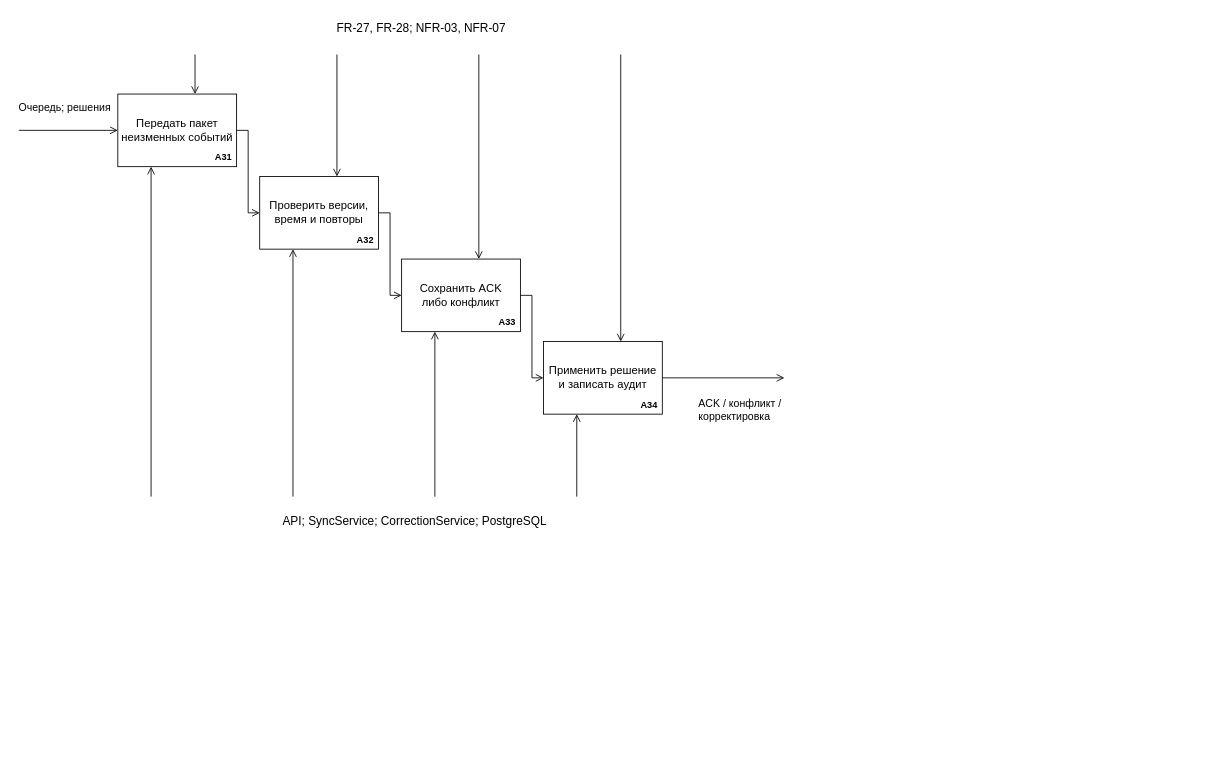
idkwhyiamsogood/attendify keeps this draw.io diagram as docs/diagrams/technical-project/04-sync.drawio. Above is the earlier version. Source tidied: cells renumbered, new cells numbered last; positions are measured from the earlier drawing's top-left corner, leaving out a move shared by most shapes. Both pictures are drawn from the tidied source at 66%, with x=0, y=0 at pixel (18, 11).
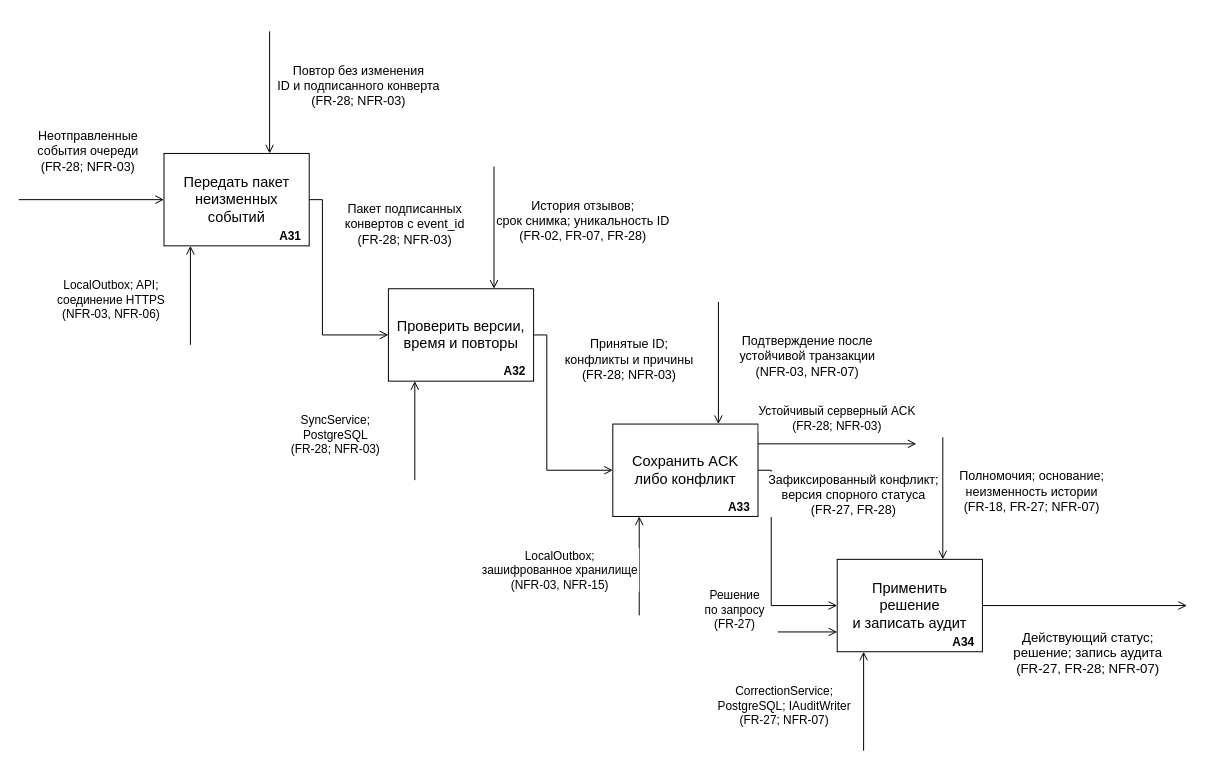
After the change.

What changed in the source:
```diff
@@
-    <mxCell id="2" value="Передать пакет&#10;неизменных событий" style="whiteSpace=wrap;html=0;fontFamily=Arial;fontSize=17;fontColor=#000000;strokeColor=#000000;fillColor=#ffffff;strokeWidth=1.3;spacing=5;" parent="1" vertex="1">
-      <mxGeometry x="150" y="125" width="180" height="110" as="geometry" />
+    <mxCell id="2" value="Передать пакет&#10;неизменных событий" style="whiteSpace=wrap;html=0;fontFamily=Arial;fontSize=22;fontColor=#000000;strokeColor=#000000;fillColor=#ffffff;strokeWidth=1.5;spacing=10;" parent="1" vertex="1">
+      <mxGeometry x="220" y="215" width="220" height="140" as="geometry" />
     </mxCell>
-    <mxCell id="3" value="A31" style="whiteSpace=wrap;html=0;fontFamily=Arial;fontSize=14;fontColor=#000000;strokeColor=#000000;fillColor=#ffffff;strokeWidth=1.3;spacing=5;text;strokeColor=none;fillColor=none;align=right;verticalAlign=middle;spacing=0;fontStyle=1;" parent="1" vertex="1">
-      <mxGeometry x="285" y="211" width="38" height="19" as="geometry" />
+    <mxCell id="3" value="A31" style="text;html=0;align=right;verticalAlign=middle;fontFamily=Arial;fontSize=18;fontStyle=1;strokeColor=none;fillColor=none;fontColor=#000000;" parent="1" vertex="1">
+      <mxGeometry x="385" y="327" width="45" height="23" as="geometry" />
     </mxCell>
-    <mxCell id="4" style="html=0;fontFamily=Arial;fontSize=16;strokeColor=#000000;strokeWidth=1.3;fontColor=#000000;endArrow=open;endSize=9;startArrow=none;rounded=0;noEdgeStyle=1;labelBackgroundColor=#ffffff;" parent="1" edge="1">
-      <mxGeometry relative="1" as="geometry">
-        <mxPoint x="267" y="65" as="sourcePoint" />
-        <mxPoint x="267" y="125" as="targetPoint" />
-      </mxGeometry>
-    </mxCell>
-    <mxCell id="5" style="html=0;fontFamily=Arial;fontSize=16;strokeColor=#000000;strokeWidth=1.3;fontColor=#000000;endArrow=open;endSize=9;startArrow=none;rounded=0;noEdgeStyle=1;labelBackgroundColor=#ffffff;" parent="1" edge="1">
-      <mxGeometry relative="1" as="geometry">
-        <mxPoint x="200.4" y="735" as="sourcePoint" />
-        <mxPoint x="200.4" y="235" as="targetPoint" />
-      </mxGeometry>
-    </mxCell>
+    <mxCell id="27" value="Повтор без изменения&#10;ID и подписанного конверта&#10;(FR-28; NFR-03)" style="html=0;fontFamily=Arial;fontSize=19;fontColor=#000000;strokeColor=#000000;strokeWidth=1.5;endArrow=open;endSize=10;startArrow=none;rounded=0;noEdgeStyle=1;labelBackgroundColor=#ffffff;labelWidth=235;align=center;verticalAlign=middle;spacing=2;" parent="1" edge="1">
+      <mxGeometry relative="1" as="geometry">
+        <mxPoint x="380" y="30" as="sourcePoint" />
+        <mxPoint x="380" y="215" as="targetPoint" />
+        <mxPoint x="135" y="-12.5" as="offset" />
+      </mxGeometry>
+    </mxCell>
+    <mxCell id="28" value="LocalOutbox; API;&#10;соединение HTTPS&#10;(NFR-03, NFR-06)" style="html=0;fontFamily=Arial;fontSize=18;fontColor=#000000;strokeColor=#000000;strokeWidth=1.5;endArrow=open;endSize=10;startArrow=none;rounded=0;noEdgeStyle=1;labelBackgroundColor=#ffffff;labelWidth=225;align=center;verticalAlign=middle;spacing=2;" parent="1" edge="1">
+      <mxGeometry relative="1" as="geometry">
+        <mxPoint x="260" y="505" as="sourcePoint" />
+        <mxPoint x="260" y="355" as="targetPoint" />
+        <mxPoint x="-120" y="5" as="offset" />
+      </mxGeometry>
+    </mxCell>
-    <mxCell id="6" value="Проверить версии,&#10;время и повторы" style="whiteSpace=wrap;html=0;fontFamily=Arial;fontSize=17;fontColor=#000000;strokeColor=#000000;fillColor=#ffffff;strokeWidth=1.3;spacing=5;" parent="1" vertex="1">
-      <mxGeometry x="365" y="250" width="180" height="110" as="geometry" />
+    <mxCell id="6" value="Проверить версии,&#10;время и повторы" style="whiteSpace=wrap;html=0;fontFamily=Arial;fontSize=22;fontColor=#000000;strokeColor=#000000;fillColor=#ffffff;strokeWidth=1.5;spacing=10;" parent="1" vertex="1">
+      <mxGeometry x="560" y="420" width="220" height="140" as="geometry" />
     </mxCell>
-    <mxCell id="7" value="A32" style="whiteSpace=wrap;html=0;fontFamily=Arial;fontSize=14;fontColor=#000000;strokeColor=#000000;fillColor=#ffffff;strokeWidth=1.3;spacing=5;text;strokeColor=none;fillColor=none;align=right;verticalAlign=middle;spacing=0;fontStyle=1;" parent="1" vertex="1">
-      <mxGeometry x="500" y="336" width="38" height="19" as="geometry" />
+    <mxCell id="7" value="A32" style="text;html=0;align=right;verticalAlign=middle;fontFamily=Arial;fontSize=18;fontStyle=1;strokeColor=none;fillColor=none;fontColor=#000000;" parent="1" vertex="1">
+      <mxGeometry x="725" y="532" width="45" height="23" as="geometry" />
     </mxCell>
-    <mxCell id="8" style="html=0;fontFamily=Arial;fontSize=16;strokeColor=#000000;strokeWidth=1.3;fontColor=#000000;endArrow=open;endSize=9;startArrow=none;rounded=0;noEdgeStyle=1;labelBackgroundColor=#ffffff;" parent="1" edge="1">
-      <mxGeometry relative="1" as="geometry">
-        <mxPoint x="482" y="65" as="sourcePoint" />
-        <mxPoint x="482" y="250" as="targetPoint" />
-      </mxGeometry>
-    </mxCell>
-    <mxCell id="9" style="html=0;fontFamily=Arial;fontSize=16;strokeColor=#000000;strokeWidth=1.3;fontColor=#000000;endArrow=open;endSize=9;startArrow=none;rounded=0;noEdgeStyle=1;labelBackgroundColor=#ffffff;" parent="1" edge="1">
-      <mxGeometry relative="1" as="geometry">
-        <mxPoint x="415.4" y="735" as="sourcePoint" />
-        <mxPoint x="415.4" y="360" as="targetPoint" />
-      </mxGeometry>
-    </mxCell>
+    <mxCell id="29" value="История отзывов;&#10;срок снимка; уникальность ID&#10;(FR-02, FR-07, FR-28)" style="html=0;fontFamily=Arial;fontSize=19;fontColor=#000000;strokeColor=#000000;strokeWidth=1.5;endArrow=open;endSize=10;startArrow=none;rounded=0;noEdgeStyle=1;labelBackgroundColor=#ffffff;labelWidth=235;align=center;verticalAlign=middle;spacing=2;" parent="1" edge="1">
+      <mxGeometry relative="1" as="geometry">
+        <mxPoint x="720" y="235" as="sourcePoint" />
+        <mxPoint x="720" y="420" as="targetPoint" />
+        <mxPoint x="135" y="-12.5" as="offset" />
+      </mxGeometry>
+    </mxCell>
+    <mxCell id="30" value="SyncService;&#10;PostgreSQL&#10;(FR-28; NFR-03)" style="html=0;fontFamily=Arial;fontSize=18;fontColor=#000000;strokeColor=#000000;strokeWidth=1.5;endArrow=open;endSize=10;startArrow=none;rounded=0;noEdgeStyle=1;labelBackgroundColor=#ffffff;labelWidth=225;align=center;verticalAlign=middle;spacing=2;" parent="1" edge="1">
+      <mxGeometry relative="1" as="geometry">
+        <mxPoint x="600" y="710" as="sourcePoint" />
+        <mxPoint x="600" y="560" as="targetPoint" />
+        <mxPoint x="-120" y="5" as="offset" />
+      </mxGeometry>
+    </mxCell>
-    <mxCell id="10" value="Сохранить ACK&#10;либо конфликт" style="whiteSpace=wrap;html=0;fontFamily=Arial;fontSize=17;fontColor=#000000;strokeColor=#000000;fillColor=#ffffff;strokeWidth=1.3;spacing=5;" parent="1" vertex="1">
-      <mxGeometry x="580" y="375" width="180" height="110" as="geometry" />
+    <mxCell id="10" value="Сохранить ACK&#10;либо конфликт" style="whiteSpace=wrap;html=0;fontFamily=Arial;fontSize=22;fontColor=#000000;strokeColor=#000000;fillColor=#ffffff;strokeWidth=1.5;spacing=10;" parent="1" vertex="1">
+      <mxGeometry x="900" y="625" width="220" height="140" as="geometry" />
     </mxCell>
-    <mxCell id="11" value="A33" style="whiteSpace=wrap;html=0;fontFamily=Arial;fontSize=14;fontColor=#000000;strokeColor=#000000;fillColor=#ffffff;strokeWidth=1.3;spacing=5;text;strokeColor=none;fillColor=none;align=right;verticalAlign=middle;spacing=0;fontStyle=1;" parent="1" vertex="1">
-      <mxGeometry x="715" y="461" width="38" height="19" as="geometry" />
+    <mxCell id="11" value="A33" style="text;html=0;align=right;verticalAlign=middle;fontFamily=Arial;fontSize=18;fontStyle=1;strokeColor=none;fillColor=none;fontColor=#000000;" parent="1" vertex="1">
+      <mxGeometry x="1065" y="737" width="45" height="23" as="geometry" />
     </mxCell>
-    <mxCell id="12" style="html=0;fontFamily=Arial;fontSize=16;strokeColor=#000000;strokeWidth=1.3;fontColor=#000000;endArrow=open;endSize=9;startArrow=none;rounded=0;noEdgeStyle=1;labelBackgroundColor=#ffffff;" parent="1" edge="1">
-      <mxGeometry relative="1" as="geometry">
-        <mxPoint x="697" y="65" as="sourcePoint" />
-        <mxPoint x="697" y="375" as="targetPoint" />
-      </mxGeometry>
-    </mxCell>
-    <mxCell id="13" style="html=0;fontFamily=Arial;fontSize=16;strokeColor=#000000;strokeWidth=1.3;fontColor=#000000;endArrow=open;endSize=9;startArrow=none;rounded=0;noEdgeStyle=1;labelBackgroundColor=#ffffff;" parent="1" edge="1">
-      <mxGeometry relative="1" as="geometry">
-        <mxPoint x="630.4" y="735" as="sourcePoint" />
-        <mxPoint x="630.4" y="485" as="targetPoint" />
-      </mxGeometry>
-    </mxCell>
+    <mxCell id="31" value="Подтверждение после&#10;устойчивой транзакции&#10;(NFR-03, NFR-07)" style="html=0;fontFamily=Arial;fontSize=19;fontColor=#000000;strokeColor=#000000;strokeWidth=1.5;endArrow=open;endSize=10;startArrow=none;rounded=0;noEdgeStyle=1;labelBackgroundColor=#ffffff;labelWidth=235;align=center;verticalAlign=middle;spacing=2;" parent="1" edge="1">
+      <mxGeometry relative="1" as="geometry">
+        <mxPoint x="1060" y="440" as="sourcePoint" />
+        <mxPoint x="1060" y="625" as="targetPoint" />
+        <mxPoint x="135" y="-12.5" as="offset" />
+      </mxGeometry>
+    </mxCell>
+    <mxCell id="32" value="LocalOutbox;&#10;зашифрованное хранилище&#10;(NFR-03, NFR-15)" style="html=0;fontFamily=Arial;fontSize=18;fontColor=#000000;strokeColor=#000000;strokeWidth=1.5;endArrow=open;endSize=10;startArrow=none;rounded=0;noEdgeStyle=1;labelBackgroundColor=#ffffff;labelWidth=225;align=center;verticalAlign=middle;spacing=2;" parent="1" edge="1">
+      <mxGeometry relative="1" as="geometry">
+        <mxPoint x="940" y="915" as="sourcePoint" />
+        <mxPoint x="940" y="765" as="targetPoint" />
+        <mxPoint x="-120" y="5" as="offset" />
+      </mxGeometry>
+    </mxCell>
-    <mxCell id="14" value="Применить решение&#10;и записать аудит" style="whiteSpace=wrap;html=0;fontFamily=Arial;fontSize=17;fontColor=#000000;strokeColor=#000000;fillColor=#ffffff;strokeWidth=1.3;spacing=5;" parent="1" vertex="1">
-      <mxGeometry x="795" y="500" width="180" height="110" as="geometry" />
+    <mxCell id="14" value="Применить решение&#10;и записать аудит" style="whiteSpace=wrap;html=0;fontFamily=Arial;fontSize=22;fontColor=#000000;strokeColor=#000000;fillColor=#ffffff;strokeWidth=1.5;spacing=10;" parent="1" vertex="1">
+      <mxGeometry x="1240" y="830" width="220" height="140" as="geometry" />
     </mxCell>
-    <mxCell id="15" value="A34" style="whiteSpace=wrap;html=0;fontFamily=Arial;fontSize=14;fontColor=#000000;strokeColor=#000000;fillColor=#ffffff;strokeWidth=1.3;spacing=5;text;strokeColor=none;fillColor=none;align=right;verticalAlign=middle;spacing=0;fontStyle=1;" parent="1" vertex="1">
-      <mxGeometry x="930" y="586" width="38" height="19" as="geometry" />
+    <mxCell id="15" value="A34" style="text;html=0;align=right;verticalAlign=middle;fontFamily=Arial;fontSize=18;fontStyle=1;strokeColor=none;fillColor=none;fontColor=#000000;" parent="1" vertex="1">
+      <mxGeometry x="1405" y="942" width="45" height="23" as="geometry" />
     </mxCell>
-    <mxCell id="16" style="html=0;fontFamily=Arial;fontSize=16;strokeColor=#000000;strokeWidth=1.3;fontColor=#000000;endArrow=open;endSize=9;startArrow=none;rounded=0;noEdgeStyle=1;labelBackgroundColor=#ffffff;" parent="1" edge="1">
-      <mxGeometry relative="1" as="geometry">
-        <mxPoint x="912" y="65" as="sourcePoint" />
-        <mxPoint x="912" y="500" as="targetPoint" />
-      </mxGeometry>
-    </mxCell>
-    <mxCell id="17" style="html=0;fontFamily=Arial;fontSize=16;strokeColor=#000000;strokeWidth=1.3;fontColor=#000000;endArrow=open;endSize=9;startArrow=none;rounded=0;noEdgeStyle=1;labelBackgroundColor=#ffffff;" parent="1" edge="1">
-      <mxGeometry relative="1" as="geometry">
-        <mxPoint x="845.4" y="735" as="sourcePoint" />
-        <mxPoint x="845.4" y="610" as="targetPoint" />
-      </mxGeometry>
-    </mxCell>
-    <mxCell id="18" value="FR-27, FR-28; NFR-03, NFR-07" style="whiteSpace=wrap;html=0;fontFamily=Arial;fontSize=18;fontColor=#000000;strokeColor=#000000;fillColor=#ffffff;strokeWidth=1.3;spacing=5;text;strokeColor=none;fillColor=none;align=center;verticalAlign=middle;spacing=0;" parent="1" vertex="1">
-      <mxGeometry x="160" width="900" height="50" as="geometry" />
-    </mxCell>
-    <mxCell id="19" value="API; SyncService; CorrectionService; PostgreSQL" style="whiteSpace=wrap;html=0;fontFamily=Arial;fontSize=18;fontColor=#000000;strokeColor=#000000;fillColor=#ffffff;strokeWidth=1.3;spacing=5;text;strokeColor=none;fillColor=none;align=center;verticalAlign=middle;spacing=0;" parent="1" vertex="1">
-      <mxGeometry x="110" y="750" width="980" height="45" as="geometry" />
-    </mxCell>
-    <mxCell id="20" style="html=0;fontFamily=Arial;fontSize=16;strokeColor=#000000;strokeWidth=1.3;fontColor=#000000;endArrow=open;endSize=9;startArrow=none;rounded=0;noEdgeStyle=1;labelBackgroundColor=#ffffff;" parent="1" edge="1">
-      <mxGeometry relative="1" as="geometry">
-        <mxPoint y="180" as="sourcePoint" />
-        <mxPoint x="150" y="180" as="targetPoint" />
-      </mxGeometry>
-    </mxCell>
-    <mxCell id="21" value="Очередь; решения" style="whiteSpace=wrap;html=0;fontFamily=Arial;fontSize=16;fontColor=#000000;strokeColor=#000000;fillColor=#ffffff;strokeWidth=1.3;spacing=5;text;strokeColor=none;fillColor=none;align=left;verticalAlign=middle;spacing=0;" parent="1" vertex="1">
-      <mxGeometry y="120" width="145" height="50" as="geometry" />
-    </mxCell>
-    <mxCell id="22" style="html=0;fontFamily=Arial;fontSize=16;strokeColor=#000000;strokeWidth=1.3;fontColor=#000000;endArrow=open;endSize=9;startArrow=none;rounded=0;noEdgeStyle=1;labelBackgroundColor=#ffffff;exitX=1;exitY=0.5;entryX=0;entryY=0.5;exitPerimeter=0;entryPerimeter=0;" parent="1" edge="1" source="2" target="6">
-      <mxGeometry relative="1" as="geometry">
-        <Array as="points">
-          <mxPoint x="347.5" y="180" />
-          <mxPoint x="347.5" y="305" />
-        </Array>
-      </mxGeometry>
-    </mxCell>
-    <mxCell id="23" style="html=0;fontFamily=Arial;fontSize=16;strokeColor=#000000;strokeWidth=1.3;fontColor=#000000;endArrow=open;endSize=9;startArrow=none;rounded=0;noEdgeStyle=1;labelBackgroundColor=#ffffff;exitX=1;exitY=0.5;entryX=0;entryY=0.5;exitPerimeter=0;entryPerimeter=0;" parent="1" edge="1" source="6" target="10">
-      <mxGeometry relative="1" as="geometry">
-        <Array as="points">
-          <mxPoint x="562.5" y="305" />
-          <mxPoint x="562.5" y="430" />
-        </Array>
-      </mxGeometry>
-    </mxCell>
-    <mxCell id="24" style="html=0;fontFamily=Arial;fontSize=16;strokeColor=#000000;strokeWidth=1.3;fontColor=#000000;endArrow=open;endSize=9;startArrow=none;rounded=0;noEdgeStyle=1;labelBackgroundColor=#ffffff;exitX=1;exitY=0.5;entryX=0;entryY=0.5;exitPerimeter=0;entryPerimeter=0;" parent="1" edge="1" source="10" target="14">
-      <mxGeometry relative="1" as="geometry">
-        <Array as="points">
-          <mxPoint x="777.5" y="430" />
-          <mxPoint x="777.5" y="555" />
-        </Array>
-      </mxGeometry>
-    </mxCell>
-    <mxCell id="25" style="html=0;fontFamily=Arial;fontSize=16;strokeColor=#000000;strokeWidth=1.3;fontColor=#000000;endArrow=open;endSize=9;startArrow=none;rounded=0;noEdgeStyle=1;labelBackgroundColor=#ffffff;" parent="1" edge="1">
-      <mxGeometry relative="1" as="geometry">
-        <mxPoint x="975" y="555" as="sourcePoint" />
-        <mxPoint x="1160" y="555" as="targetPoint" />
-      </mxGeometry>
-    </mxCell>
-    <mxCell id="26" value="ACK / конфликт /&#10;корректировка" style="whiteSpace=wrap;html=0;fontFamily=Arial;fontSize=16;fontColor=#000000;strokeColor=#000000;fillColor=#ffffff;strokeWidth=1.3;spacing=5;text;strokeColor=none;fillColor=none;align=left;verticalAlign=middle;spacing=0;" parent="1" vertex="1">
-      <mxGeometry x="1030" y="570" width="170" height="65" as="geometry" />
-    </mxCell>
+    <mxCell id="33" value="Полномочия; основание;&#10;неизменность истории&#10;(FR-18, FR-27; NFR-07)" style="html=0;fontFamily=Arial;fontSize=19;fontColor=#000000;strokeColor=#000000;strokeWidth=1.5;endArrow=open;endSize=10;startArrow=none;rounded=0;noEdgeStyle=1;labelBackgroundColor=#ffffff;labelWidth=235;align=center;verticalAlign=middle;spacing=2;" parent="1" edge="1">
+      <mxGeometry relative="1" as="geometry">
+        <mxPoint x="1400" y="645" as="sourcePoint" />
+        <mxPoint x="1400" y="830" as="targetPoint" />
+        <mxPoint x="135" y="-12.5" as="offset" />
+      </mxGeometry>
+    </mxCell>
+    <mxCell id="34" value="CorrectionService;&#10;PostgreSQL; IAuditWriter&#10;(FR-27; NFR-07)" style="html=0;fontFamily=Arial;fontSize=18;fontColor=#000000;strokeColor=#000000;strokeWidth=1.5;endArrow=open;endSize=10;startArrow=none;rounded=0;noEdgeStyle=1;labelBackgroundColor=#ffffff;labelWidth=225;align=center;verticalAlign=middle;spacing=2;" parent="1" edge="1">
+      <mxGeometry relative="1" as="geometry">
+        <mxPoint x="1280" y="1120" as="sourcePoint" />
+        <mxPoint x="1280" y="970" as="targetPoint" />
+        <mxPoint x="-120" y="5" as="offset" />
+      </mxGeometry>
+    </mxCell>
+    <mxCell id="35" value="Пакет подписанных&#10;конвертов с event_id&#10;(FR-28; NFR-03)" style="html=0;fontFamily=Arial;fontSize=19;fontColor=#000000;strokeColor=#000000;strokeWidth=1.5;endArrow=open;endSize=10;startArrow=none;rounded=0;noEdgeStyle=1;labelBackgroundColor=#ffffff;labelWidth=225;align=center;verticalAlign=middle;spacing=2;" parent="1" edge="1">
+      <mxGeometry relative="1" as="geometry">
+        <mxPoint x="440" y="285" as="sourcePoint" />
+        <mxPoint x="560" y="490" as="targetPoint" />
+        <Array as="points">
+          <mxPoint x="460" y="285" />
+          <mxPoint x="460" y="490" />
+        </Array>
+        <mxPoint x="125" y="-107.5" as="offset" />
+      </mxGeometry>
+    </mxCell>
+    <mxCell id="36" value="Принятые ID;&#10;конфликты и причины&#10;(FR-28; NFR-03)" style="html=0;fontFamily=Arial;fontSize=19;fontColor=#000000;strokeColor=#000000;strokeWidth=1.5;endArrow=open;endSize=10;startArrow=none;rounded=0;noEdgeStyle=1;labelBackgroundColor=#ffffff;labelWidth=225;align=center;verticalAlign=middle;spacing=2;" parent="1" edge="1">
+      <mxGeometry relative="1" as="geometry">
+        <mxPoint x="780" y="490" as="sourcePoint" />
+        <mxPoint x="900" y="695" as="targetPoint" />
+        <Array as="points">
+          <mxPoint x="800" y="490" />
+          <mxPoint x="800" y="695" />
+        </Array>
+        <mxPoint x="125" y="-107.5" as="offset" />
+      </mxGeometry>
+    </mxCell>
+    <mxCell id="37" value="Зафиксированный конфликт;&#10;версия спорного статуса&#10;(FR-27, FR-28)" style="html=0;fontFamily=Arial;fontSize=19;fontColor=#000000;strokeColor=#000000;strokeWidth=1.5;endArrow=open;endSize=10;startArrow=none;rounded=0;noEdgeStyle=1;labelBackgroundColor=#ffffff;labelWidth=225;align=center;verticalAlign=middle;spacing=2;" parent="1" edge="1">
+      <mxGeometry relative="1" as="geometry">
+        <mxPoint x="1120" y="695" as="sourcePoint" />
+        <mxPoint x="1240" y="900" as="targetPoint" />
+        <Array as="points">
+          <mxPoint x="1140" y="695" />
+          <mxPoint x="1140" y="900" />
+        </Array>
+        <mxPoint x="125" y="-107.5" as="offset" />
+      </mxGeometry>
+    </mxCell>
+    <mxCell id="38" value="Неотправленные&#10;события очереди&#10;(FR-28; NFR-03)" style="html=0;fontFamily=Arial;fontSize=19;fontColor=#000000;strokeColor=#000000;strokeWidth=1.5;endArrow=open;endSize=10;startArrow=none;rounded=0;noEdgeStyle=1;labelBackgroundColor=#ffffff;labelWidth=215;align=center;verticalAlign=middle;spacing=2;" parent="1" edge="1">
+      <mxGeometry relative="1" as="geometry">
+        <mxPoint y="285" as="sourcePoint" />
+        <mxPoint x="220" y="285" as="targetPoint" />
+        <mxPoint x="-5" y="-75" as="offset" />
+      </mxGeometry>
+    </mxCell>
+    <mxCell id="39" value="Действующий статус;&#10;решение; запись аудита&#10;(FR-27, FR-28; NFR-07)" style="html=0;fontFamily=Arial;fontSize=20;fontColor=#000000;strokeColor=#000000;strokeWidth=1.5;endArrow=open;endSize=10;startArrow=none;rounded=0;noEdgeStyle=1;labelBackgroundColor=#ffffff;labelWidth=290;align=center;verticalAlign=middle;spacing=2;" parent="1" edge="1">
+      <mxGeometry relative="1" as="geometry">
+        <mxPoint x="1460" y="900" as="sourcePoint" />
+        <mxPoint x="1770" y="900" as="targetPoint" />
+        <mxPoint x="5" y="70" as="offset" />
+      </mxGeometry>
+    </mxCell>
+    <mxCell id="40" value="Решение&#10;по запросу&#10;(FR-27)" style="html=0;fontFamily=Arial;fontSize=18;fontColor=#000000;strokeColor=#000000;strokeWidth=1.5;endArrow=open;endSize=10;startArrow=none;rounded=0;noEdgeStyle=1;labelBackgroundColor=#ffffff;labelWidth=115;align=center;verticalAlign=middle;spacing=2;" parent="1" edge="1">
+      <mxGeometry relative="1" as="geometry">
+        <mxPoint x="1150" y="940" as="sourcePoint" />
+        <mxPoint x="1240" y="940" as="targetPoint" />
+        <mxPoint x="-110" y="-35" as="offset" />
+      </mxGeometry>
+    </mxCell>
+    <mxCell id="41" value="Устойчивый серверный ACK&#10;(FR-28; NFR-03)" style="html=0;fontFamily=Arial;fontSize=18;fontColor=#000000;strokeColor=#000000;strokeWidth=1.5;endArrow=open;endSize=10;startArrow=none;rounded=0;noEdgeStyle=1;labelBackgroundColor=#ffffff;labelWidth=235;align=center;verticalAlign=middle;spacing=2;" parent="1" edge="1">
+      <mxGeometry relative="1" as="geometry">
+        <mxPoint x="1120" y="655" as="sourcePoint" />
+        <mxPoint x="1360" y="655" as="targetPoint" />
+        <mxPoint y="-40" as="offset" />
+      </mxGeometry>
+    </mxCell>
```
